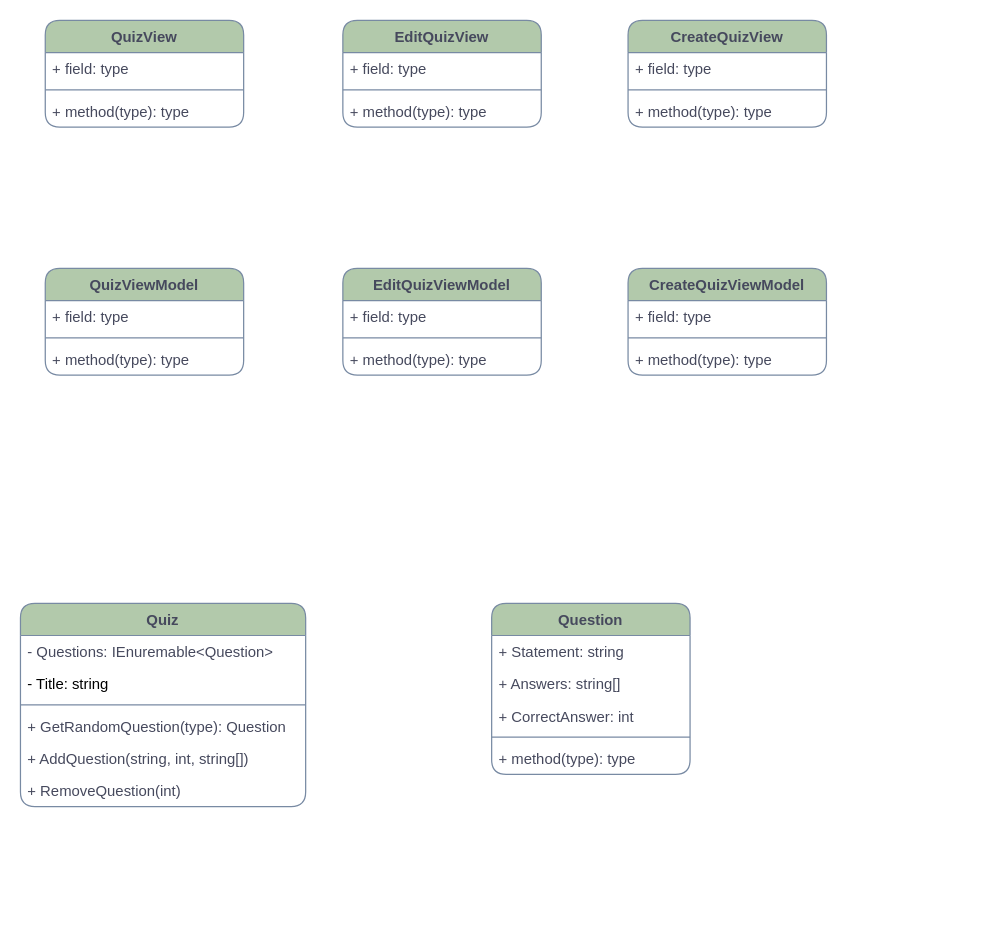
Earlier version of the draw.io diagram Labb 3.drawio (pinkros/Exercises). Source tidied: cells renumbered, new cells numbered last; positions are measured from the earlier drawing's top-left corner, leaving out a move shared by most shapes. Both pictures are drawn from the tidied source at 124%, with x=0, y=0 at pixel (20, 20).
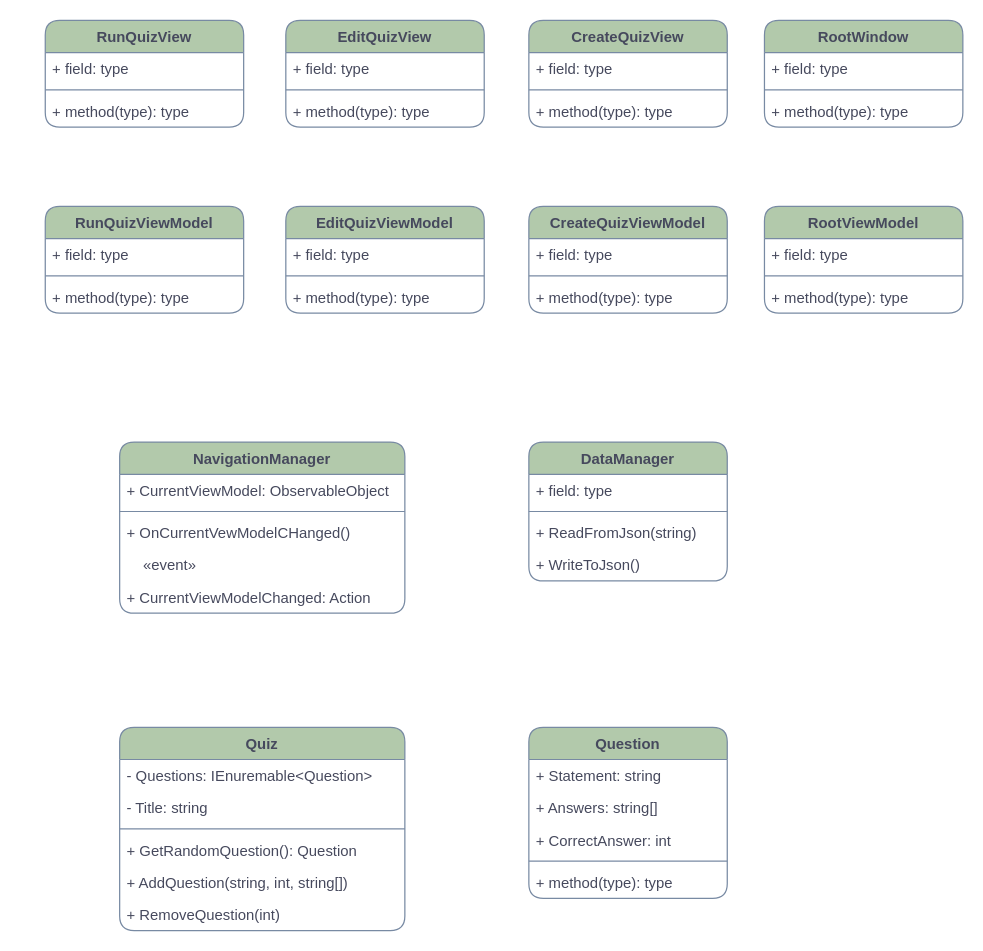
The same page after the edit.

Change to the diagram source:
```diff
@@
-    <mxCell id="2" value="QuizView" style="swimlane;fontStyle=1;align=center;verticalAlign=top;horizontal=1;startSize=26;rounded=1;fillColor=#B2C9AB;strokeColor=#788AA3;fontColor=#46495D;" parent="1" vertex="1">
+    <mxCell id="2" value="RunQuizView" style="swimlane;fontStyle=1;align=center;verticalAlign=top;horizontal=1;startSize=26;rounded=1;fillColor=#B2C9AB;strokeColor=#788AA3;fontColor=#46495D;" parent="1" vertex="1">
       <mxGeometry x="20" width="160" height="86" as="geometry" />
     </mxCell>
@@
-    <mxCell id="6" value="QuizViewModel" style="swimlane;fontStyle=1;align=center;verticalAlign=top;horizontal=1;startSize=26;rounded=1;fillColor=#B2C9AB;strokeColor=#788AA3;fontColor=#46495D;" parent="1" vertex="1">
-      <mxGeometry x="20" y="200" width="160" height="86" as="geometry" />
+    <mxCell id="6" value="RunQuizViewModel" style="swimlane;fontStyle=1;align=center;verticalAlign=top;horizontal=1;startSize=26;rounded=1;fillColor=#B2C9AB;strokeColor=#788AA3;fontColor=#46495D;" parent="1" vertex="1">
+      <mxGeometry x="20" y="150" width="160" height="86" as="geometry" />
     </mxCell>
@@
     <mxCell id="10" value="EditQuizView" style="swimlane;fontStyle=1;align=center;verticalAlign=top;horizontal=1;startSize=26;rounded=1;fillColor=#B2C9AB;strokeColor=#788AA3;fontColor=#46495D;" parent="1" vertex="1">
-      <mxGeometry x="260" width="160" height="86" as="geometry" />
+      <mxGeometry x="214" width="160" height="86" as="geometry" />
     </mxCell>
@@
     <mxCell id="14" value="EditQuizViewModel" style="swimlane;fontStyle=1;align=center;verticalAlign=top;horizontal=1;startSize=26;rounded=1;fillColor=#B2C9AB;strokeColor=#788AA3;fontColor=#46495D;" parent="1" vertex="1">
-      <mxGeometry x="260" y="200" width="160" height="86" as="geometry" />
+      <mxGeometry x="214" y="150" width="160" height="86" as="geometry" />
     </mxCell>
@@
     <mxCell id="18" value="CreateQuizView" style="swimlane;fontStyle=1;align=center;verticalAlign=top;horizontal=1;startSize=26;rounded=1;fillColor=#B2C9AB;strokeColor=#788AA3;fontColor=#46495D;" parent="1" vertex="1">
-      <mxGeometry x="490" width="160" height="86" as="geometry" />
+      <mxGeometry x="410" width="160" height="86" as="geometry" />
     </mxCell>
@@
     <mxCell id="22" value="CreateQuizViewModel" style="swimlane;fontStyle=1;align=center;verticalAlign=top;horizontal=1;startSize=26;rounded=1;fillColor=#B2C9AB;strokeColor=#788AA3;fontColor=#46495D;" parent="1" vertex="1">
-      <mxGeometry x="490" y="200" width="160" height="86" as="geometry" />
+      <mxGeometry x="410" y="150" width="160" height="86" as="geometry" />
     </mxCell>
@@
     <mxCell id="26" value="Quiz" style="swimlane;fontStyle=1;align=center;verticalAlign=top;horizontal=1;startSize=26;rounded=1;fillColor=#B2C9AB;strokeColor=#788AA3;fontColor=#46495D;" parent="1" vertex="1">
-      <mxGeometry y="470" width="230" height="164" as="geometry" />
+      <mxGeometry x="80" y="570" width="230" height="164" as="geometry" />
     </mxCell>
@@
-    <mxCell id="28" value="- Title: string" style="text;strokeColor=none;fillColor=none;align=left;verticalAlign=top;spacingLeft=4;spacingRight=4;overflow=hidden;" parent="26" vertex="1">
+    <mxCell id="28" value="- Title: string" style="text;strokeColor=none;fillColor=none;align=left;verticalAlign=top;spacingLeft=4;spacingRight=4;overflow=hidden;rounded=1;fontColor=#46495D;" parent="26" vertex="1">
       <mxGeometry y="52" width="230" height="26" as="geometry" />
     </mxCell>
@@
-    <mxCell id="30" value="+ GetRandomQuestion(type): Question" style="text;strokeColor=none;fillColor=none;align=left;verticalAlign=top;spacingLeft=4;spacingRight=4;overflow=hidden;rounded=1;fontColor=#46495D;" parent="26" vertex="1">
+    <mxCell id="30" value="+ GetRandomQuestion(): Question" style="text;strokeColor=none;fillColor=none;align=left;verticalAlign=top;spacingLeft=4;spacingRight=4;overflow=hidden;rounded=1;fontColor=#46495D;" parent="26" vertex="1">
       <mxGeometry y="86" width="230" height="26" as="geometry" />
     </mxCell>
@@
     <mxCell id="33" value="Question" style="swimlane;fontStyle=1;align=center;verticalAlign=top;horizontal=1;startSize=26;rounded=1;fillColor=#B2C9AB;strokeColor=#788AA3;fontColor=#46495D;" parent="1" vertex="1">
-      <mxGeometry x="380" y="470" width="160" height="138" as="geometry" />
+      <mxGeometry x="410" y="570" width="160" height="138" as="geometry" />
     </mxCell>
@@
+    <mxCell id="39" value="NavigationManager" style="swimlane;fontStyle=1;align=center;verticalAlign=top;horizontal=1;startSize=26;rounded=1;fillColor=#B2C9AB;strokeColor=#788AA3;fontColor=#46495D;" parent="1" vertex="1">
+      <mxGeometry x="80" y="340" width="230" height="138" as="geometry" />
+    </mxCell>
+    <mxCell id="40" value="+ CurrentViewModel: ObservableObject" style="text;strokeColor=none;fillColor=none;align=left;verticalAlign=top;spacingLeft=4;spacingRight=4;overflow=hidden;rounded=1;fontColor=#46495D;" parent="39" vertex="1">
+      <mxGeometry y="26" width="230" height="26" as="geometry" />
+    </mxCell>
+    <mxCell id="41" style="line;strokeWidth=1;fillColor=none;align=left;verticalAlign=middle;spacingTop=-1;spacingLeft=3;spacingRight=3;labelPosition=right;strokeColor=#788AA3;rounded=1;fontColor=#46495D;" parent="39" vertex="1">
+      <mxGeometry y="52" width="230" height="8" as="geometry" />
+    </mxCell>
+    <mxCell id="42" value="+ OnCurrentVewModelCHanged()" style="text;strokeColor=none;fillColor=none;align=left;verticalAlign=top;spacingLeft=4;spacingRight=4;overflow=hidden;rounded=1;fontColor=#46495D;" parent="39" vertex="1">
+      <mxGeometry y="60" width="230" height="26" as="geometry" />
+    </mxCell>
+    <mxCell id="43" value="    «event»" style="text;strokeColor=none;fillColor=none;align=left;verticalAlign=top;spacingLeft=4;spacingRight=4;overflow=hidden;fontColor=#46495D;" parent="39" vertex="1">
+      <mxGeometry y="86" width="230" height="26" as="geometry" />
+    </mxCell>
+    <mxCell id="44" value="+ CurrentViewModelChanged: Action" style="text;strokeColor=none;fillColor=none;align=left;verticalAlign=top;spacingLeft=4;spacingRight=4;overflow=hidden;rounded=1;fontColor=#46495D;" parent="39" vertex="1">
+      <mxGeometry y="112" width="230" height="26" as="geometry" />
+    </mxCell>
+    <mxCell id="45" value="DataManager" style="swimlane;fontStyle=1;align=center;verticalAlign=top;horizontal=1;startSize=26;rounded=1;fillColor=#B2C9AB;strokeColor=#788AA3;fontColor=#46495D;" parent="1" vertex="1">
+      <mxGeometry x="410" y="340" width="160" height="112" as="geometry" />
+    </mxCell>
+    <mxCell id="46" value="+ field: type" style="text;strokeColor=none;fillColor=none;align=left;verticalAlign=top;spacingLeft=4;spacingRight=4;overflow=hidden;rounded=1;fontColor=#46495D;" parent="45" vertex="1">
+      <mxGeometry y="26" width="160" height="26" as="geometry" />
+    </mxCell>
+    <mxCell id="47" style="line;strokeWidth=1;fillColor=none;align=left;verticalAlign=middle;spacingTop=-1;spacingLeft=3;spacingRight=3;labelPosition=right;strokeColor=#788AA3;rounded=1;fontColor=#46495D;" parent="45" vertex="1">
+      <mxGeometry y="52" width="160" height="8" as="geometry" />
+    </mxCell>
+    <mxCell id="48" value="+ ReadFromJson(string)" style="text;strokeColor=none;fillColor=none;align=left;verticalAlign=top;spacingLeft=4;spacingRight=4;overflow=hidden;rounded=1;fontColor=#46495D;" parent="45" vertex="1">
+      <mxGeometry y="60" width="160" height="26" as="geometry" />
+    </mxCell>
+    <mxCell id="49" value="+ WriteToJson()" style="text;strokeColor=none;fillColor=none;align=left;verticalAlign=top;spacingLeft=4;spacingRight=4;overflow=hidden;rounded=1;fontColor=#46495D;" parent="45" vertex="1">
+      <mxGeometry y="86" width="160" height="26" as="geometry" />
+    </mxCell>
+    <mxCell id="50" value="RootWindow" style="swimlane;fontStyle=1;align=center;verticalAlign=top;horizontal=1;startSize=26;rounded=1;fillColor=#B2C9AB;strokeColor=#788AA3;fontColor=#46495D;" parent="1" vertex="1">
+      <mxGeometry x="600" width="160" height="86" as="geometry" />
+    </mxCell>
+    <mxCell id="51" value="+ field: type" style="text;strokeColor=none;fillColor=none;align=left;verticalAlign=top;spacingLeft=4;spacingRight=4;overflow=hidden;rounded=1;fontColor=#46495D;" parent="50" vertex="1">
+      <mxGeometry y="26" width="160" height="26" as="geometry" />
+    </mxCell>
+    <mxCell id="52" style="line;strokeWidth=1;fillColor=none;align=left;verticalAlign=middle;spacingTop=-1;spacingLeft=3;spacingRight=3;labelPosition=right;strokeColor=#788AA3;rounded=1;fontColor=#46495D;" parent="50" vertex="1">
+      <mxGeometry y="52" width="160" height="8" as="geometry" />
+    </mxCell>
+    <mxCell id="53" value="+ method(type): type" style="text;strokeColor=none;fillColor=none;align=left;verticalAlign=top;spacingLeft=4;spacingRight=4;overflow=hidden;rounded=1;fontColor=#46495D;" parent="50" vertex="1">
+      <mxGeometry y="60" width="160" height="26" as="geometry" />
+    </mxCell>
+    <mxCell id="54" value="RootViewModel" style="swimlane;fontStyle=1;align=center;verticalAlign=top;horizontal=1;startSize=26;rounded=1;fillColor=#B2C9AB;strokeColor=#788AA3;fontColor=#46495D;" parent="1" vertex="1">
+      <mxGeometry x="600" y="150" width="160" height="86" as="geometry" />
+    </mxCell>
+    <mxCell id="55" value="+ field: type" style="text;strokeColor=none;fillColor=none;align=left;verticalAlign=top;spacingLeft=4;spacingRight=4;overflow=hidden;rounded=1;fontColor=#46495D;" parent="54" vertex="1">
+      <mxGeometry y="26" width="160" height="26" as="geometry" />
+    </mxCell>
+    <mxCell id="56" style="line;strokeWidth=1;fillColor=none;align=left;verticalAlign=middle;spacingTop=-1;spacingLeft=3;spacingRight=3;labelPosition=right;strokeColor=#788AA3;rounded=1;fontColor=#46495D;" parent="54" vertex="1">
+      <mxGeometry y="52" width="160" height="8" as="geometry" />
+    </mxCell>
+    <mxCell id="57" value="+ method(type): type" style="text;strokeColor=none;fillColor=none;align=left;verticalAlign=top;spacingLeft=4;spacingRight=4;overflow=hidden;rounded=1;fontColor=#46495D;" parent="54" vertex="1">
+      <mxGeometry y="60" width="160" height="26" as="geometry" />
+    </mxCell>
```
